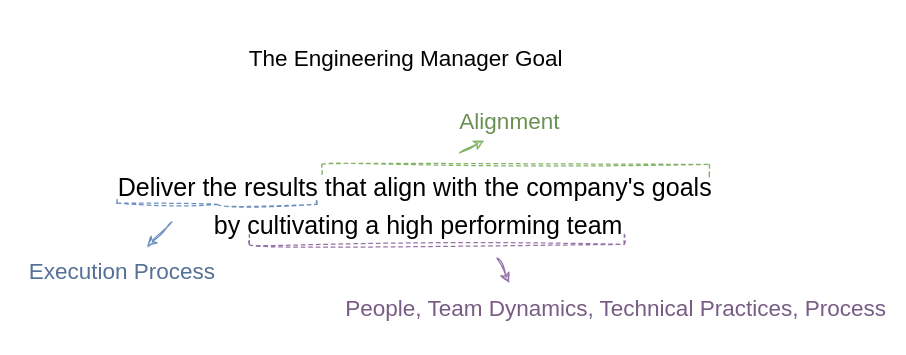
Earlier version of the draw.io diagram page "The Goal" (1 of 5) of assets/diagrams/Engineering-Manager-Goal.drawio (pkritiotis/pkritiotis.github.io). Source tidied: cells renumbered, new cells numbered last; positions are measured from the earlier drawing's top-left corner, leaving out a move shared by most shapes. Both pictures are drawn from the tidied source at 125%, with x=0, y=0 at pixel (21, 34).
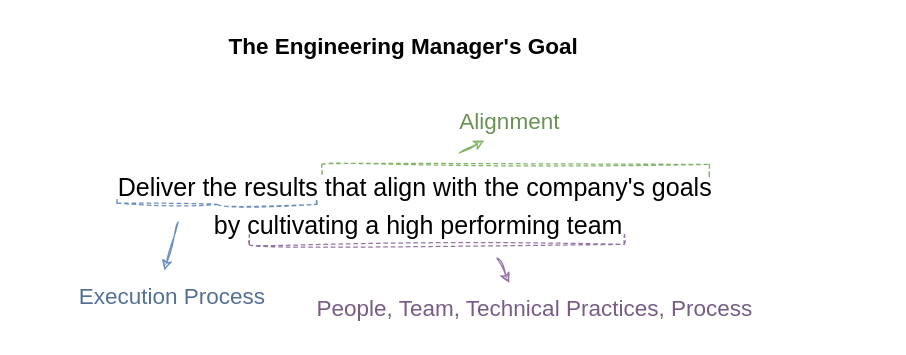
Above is the later version.

Diff of the diagram source:
```diff
@@
-    <mxCell id="4" style="endArrow=classic;html=1;rounded=0;sketch=1;hachureGap=4;jiggle=2;curveFitting=1;fontFamily=Kalam;fillColor=#dae8fc;strokeColor=#6c8ebf;labelBackgroundColor=none;" parent="1" edge="1">
+    <mxCell id="4" style="endArrow=classic;html=1;rounded=0;sketch=1;hachureGap=4;jiggle=2;curveFitting=1;fontFamily=Kalam;fillColor=#dae8fc;strokeColor=#6c8ebf;labelBackgroundColor=none;entryX=0.463;entryY=-0.025;entryDx=0;entryDy=0;entryPerimeter=0;" parent="1" edge="1" target="5">
       <mxGeometry relative="1" as="geometry">
-        <mxPoint x="120" y="150" as="sourcePoint" />
-        <mxPoint x="100" y="170" as="targetPoint" />
+        <mxPoint x="125" y="150" as="sourcePoint" />
       </mxGeometry>
     </mxCell>
     <mxCell id="5" value="Execution Process" style="text;html=1;align=center;verticalAlign=middle;points=[];fontFamily=Kalam;fontSize=18;fontStyle=0;labelBackgroundColor=none;fontColor=#557096;" parent="1" vertex="1">
-      <mxGeometry y="170" width="160" height="40" as="geometry" />
+      <mxGeometry x="40" y="190" width="160" height="40" as="geometry" />
     </mxCell>
@@
-    <mxCell id="11" value="People, Team Dynamics, Technical Practices, Process" style="text;html=1;align=center;verticalAlign=middle;strokeColor=none;fillColor=none;fontFamily=Kalam;fontSize=18;fontColor=#785C85;fontStyle=0;labelBackgroundColor=none;" parent="1" vertex="1">
-      <mxGeometry x="265" y="200" width="420" height="40" as="geometry" />
+    <mxCell id="11" value="People, Team, Technical Practices, Process" style="text;html=1;align=center;verticalAlign=middle;strokeColor=none;fillColor=none;fontFamily=Kalam;fontSize=18;fontColor=#785C85;fontStyle=0;labelBackgroundColor=none;" parent="1" vertex="1">
+      <mxGeometry x="235" y="200" width="350" height="40" as="geometry" />
     </mxCell>
@@
-    <mxCell id="18" value="The Engineering Manager Goal" style="text;html=1;align=center;verticalAlign=middle;strokeColor=none;fillColor=none;fontFamily=arial;fontSize=18;fontColor=#020301;fontStyle=0;labelBackgroundColor=none;" parent="1" vertex="1">
-      <mxGeometry x="182" width="250" height="40" as="geometry" />
+    <mxCell id="18" value="The Engineering Manager's Goal" style="text;html=1;align=center;verticalAlign=middle;strokeColor=none;fillColor=none;fontFamily=arial;fontSize=18;fontColor=#020301;fontStyle=1;labelBackgroundColor=none;" parent="1" vertex="1">
+      <mxGeometry x="160" y="-10" width="290" height="40" as="geometry" />
     </mxCell>
```
